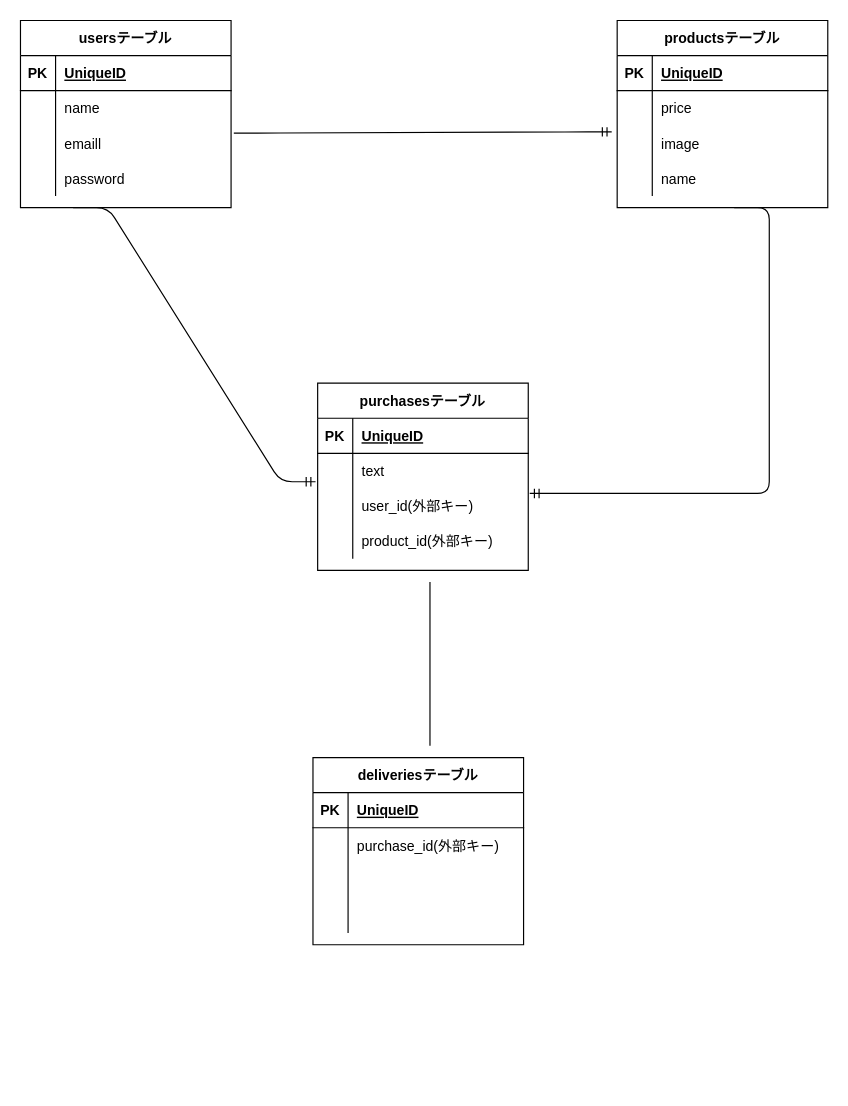
The draw.io diagram test.dio in nanami-deep/furima-34361, before the edit. Source tidied: cells renumbered, new cells numbered last; positions are measured from the earlier drawing's top-left corner, leaving out a move shared by most shapes. Both pictures are drawn from the tidied source at 117%, with x=0, y=0 at pixel (20, 20).
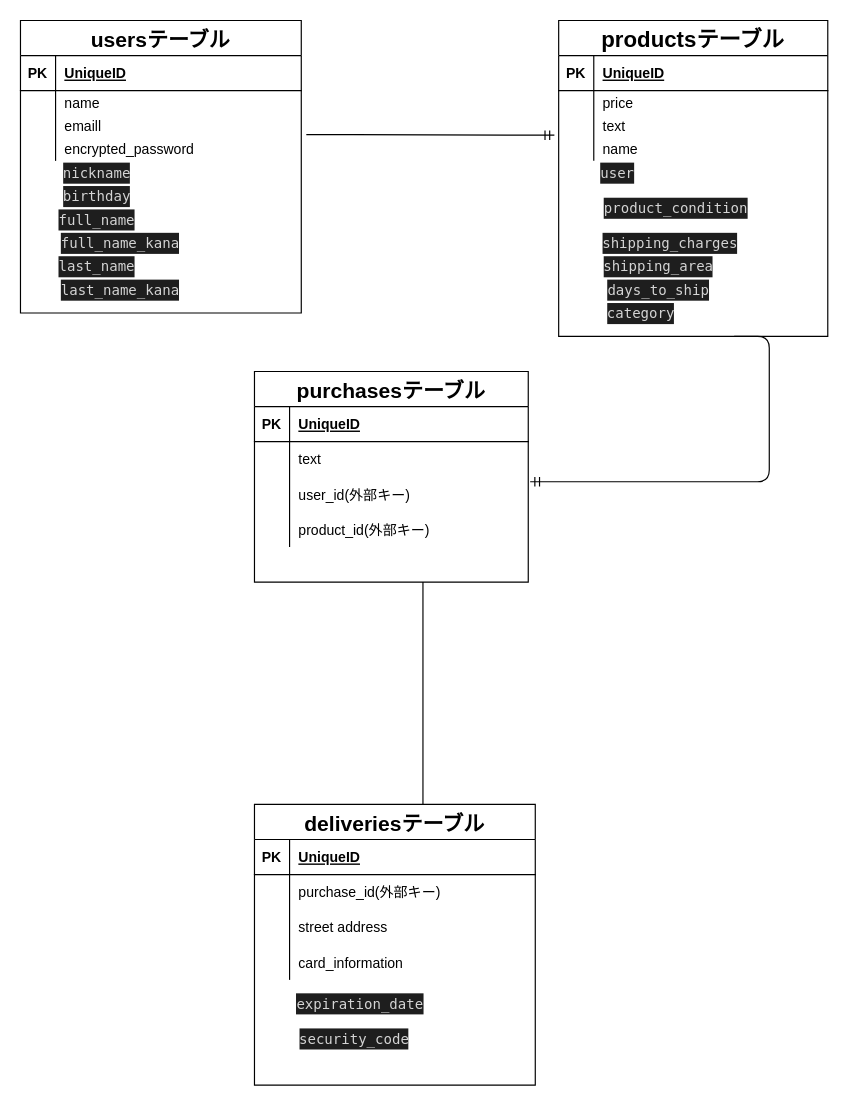
The same page after the edit.

Commit message (it also covers changes not shown here):
デーベース設計の修正③

What changed in the source:
```diff
@@
-    <mxCell id="2" value="usersテーブル" style="shape=table;startSize=30;childLayout=tableLayout;rowLines=0;fontStyle=1;align=center;" parent="1" vertex="1">
-      <mxGeometry width="180" height="160" as="geometry" />
+    <mxCell id="2" value="usersテーブル" style="shape=table;startSize=30;childLayout=tableLayout;rowLines=0;fontStyle=1;align=center;fontSize=18;" parent="1" vertex="1">
+      <mxGeometry width="240" height="250" as="geometry" />
     </mxCell>
     <mxCell id="3" style="shape=partialRectangle;fillColor=none;top=0;left=0;bottom=1;right=0;" parent="2" vertex="1">
-      <mxGeometry y="30" width="180" height="30" as="geometry" />
+      <mxGeometry y="30" width="240" height="30" as="geometry" />
     </mxCell>
@@
     <mxCell id="5" value="UniqueID" style="shape=partialRectangle;fillColor=none;top=0;left=0;bottom=0;right=0;align=left;spacingLeft=6;fontStyle=5;overflow=hidden;" parent="3" vertex="1">
-      <mxGeometry x="30" width="150" height="30" as="geometry" />
+      <mxGeometry x="30" width="210" height="30" as="geometry" />
     </mxCell>
     <mxCell id="6" style="shape=partialRectangle;fillColor=none;top=0;left=0;bottom=0;right=0;" parent="2" vertex="1">
-      <mxGeometry y="60" width="180" height="30" as="geometry" />
+      <mxGeometry y="60" width="240" height="20" as="geometry" />
     </mxCell>
     <mxCell id="7" style="shape=partialRectangle;fillColor=none;top=0;left=0;bottom=0;right=0;overflow=hidden;" parent="6" vertex="1">
-      <mxGeometry width="30" height="30" as="geometry" />
+      <mxGeometry width="30" height="20" as="geometry" />
     </mxCell>
     <mxCell id="8" value="name" style="shape=partialRectangle;fillColor=none;top=0;left=0;bottom=0;right=0;align=left;spacingLeft=6;overflow=hidden;" parent="6" vertex="1">
-      <mxGeometry x="30" width="150" height="30" as="geometry" />
+      <mxGeometry x="30" width="210" height="20" as="geometry" />
     </mxCell>
     <mxCell id="9" style="shape=partialRectangle;fillColor=none;top=0;left=0;bottom=0;right=0;points=[[0,0.5],[1,0.5]];portConstraint=eastwest;" parent="2" vertex="1">
-      <mxGeometry y="90" width="180" height="30" as="geometry" />
+      <mxGeometry y="80" width="240" height="20" as="geometry" />
     </mxCell>
     <mxCell id="10" style="shape=partialRectangle;fillColor=none;top=0;left=0;bottom=0;right=0;overflow=hidden;" parent="9" vertex="1">
-      <mxGeometry width="30" height="30" as="geometry" />
+      <mxGeometry width="30" height="20" as="geometry" />
     </mxCell>
     <mxCell id="11" value="emaill" style="shape=partialRectangle;fillColor=none;top=0;left=0;bottom=0;right=0;align=left;spacingLeft=6;overflow=hidden;" parent="9" vertex="1">
-      <mxGeometry x="30" width="150" height="30" as="geometry" />
+      <mxGeometry x="30" width="210" height="20" as="geometry" />
     </mxCell>
     <mxCell id="12" style="shape=partialRectangle;fillColor=none;top=0;left=0;bottom=0;right=0;" parent="2" vertex="1">
-      <mxGeometry y="120" width="180" height="30" as="geometry" />
+      <mxGeometry y="100" width="240" height="20" as="geometry" />
     </mxCell>
     <mxCell id="13" style="shape=partialRectangle;fillColor=none;top=0;left=0;bottom=0;right=0;overflow=hidden;" parent="12" vertex="1">
-      <mxGeometry width="30" height="30" as="geometry" />
+      <mxGeometry width="30" height="20" as="geometry" />
     </mxCell>
-    <mxCell id="14" value="password" style="shape=partialRectangle;fillColor=none;top=0;left=0;bottom=0;right=0;align=left;spacingLeft=6;overflow=hidden;" parent="12" vertex="1">
-      <mxGeometry x="30" width="150" height="30" as="geometry" />
+    <mxCell id="14" value="encrypted_password" style="shape=partialRectangle;fillColor=none;top=0;left=0;bottom=0;right=0;align=left;spacingLeft=6;overflow=hidden;" parent="12" vertex="1">
+      <mxGeometry x="30" width="210" height="20" as="geometry" />
     </mxCell>
-    <mxCell id="15" value="productsテーブル" style="shape=table;startSize=30;childLayout=tableLayout;rowLines=0;fontStyle=1;align=center;" parent="1" vertex="1">
-      <mxGeometry x="510" width="180" height="160" as="geometry" />
+    <mxCell id="15" value="productsテーブル" style="shape=table;startSize=30;childLayout=tableLayout;rowLines=0;fontStyle=1;align=center;fontSize=19;" parent="1" vertex="1">
+      <mxGeometry x="460" width="230" height="270" as="geometry" />
     </mxCell>
     <mxCell id="16" style="shape=partialRectangle;fillColor=none;top=0;left=0;bottom=1;right=0;" parent="15" vertex="1">
-      <mxGeometry y="30" width="180" height="30" as="geometry" />
+      <mxGeometry y="30" width="230" height="30" as="geometry" />
     </mxCell>
@@
     <mxCell id="18" value="UniqueID" style="shape=partialRectangle;fillColor=none;top=0;left=0;bottom=0;right=0;align=left;spacingLeft=6;fontStyle=5;overflow=hidden;" parent="16" vertex="1">
-      <mxGeometry x="30" width="150" height="30" as="geometry" />
+      <mxGeometry x="30" width="200" height="30" as="geometry" />
     </mxCell>
     <mxCell id="19" style="shape=partialRectangle;fillColor=none;top=0;left=0;bottom=0;right=0;" parent="15" vertex="1">
-      <mxGeometry y="60" width="180" height="30" as="geometry" />
+      <mxGeometry y="60" width="230" height="20" as="geometry" />
     </mxCell>
     <mxCell id="20" style="shape=partialRectangle;fillColor=none;top=0;left=0;bottom=0;right=0;overflow=hidden;" parent="19" vertex="1">
-      <mxGeometry width="30" height="30" as="geometry" />
+      <mxGeometry width="30" height="20" as="geometry" />
     </mxCell>
     <mxCell id="21" value="price" style="shape=partialRectangle;fillColor=none;top=0;left=0;bottom=0;right=0;align=left;spacingLeft=6;overflow=hidden;" parent="19" vertex="1">
-      <mxGeometry x="30" width="150" height="30" as="geometry" />
+      <mxGeometry x="30" width="200" height="20" as="geometry" />
     </mxCell>
     <mxCell id="22" style="shape=partialRectangle;fillColor=none;top=0;left=0;bottom=0;right=0;points=[[0,0.5],[1,0.5]];portConstraint=eastwest;" parent="15" vertex="1">
-      <mxGeometry y="90" width="180" height="30" as="geometry" />
+      <mxGeometry y="80" width="230" height="20" as="geometry" />
     </mxCell>
     <mxCell id="23" style="shape=partialRectangle;fillColor=none;top=0;left=0;bottom=0;right=0;overflow=hidden;" parent="22" vertex="1">
-      <mxGeometry width="30" height="30" as="geometry" />
+      <mxGeometry width="30" height="20" as="geometry" />
     </mxCell>
-    <mxCell id="24" value="image" style="shape=partialRectangle;fillColor=none;top=0;left=0;bottom=0;right=0;align=left;spacingLeft=6;overflow=hidden;" parent="22" vertex="1">
-      <mxGeometry x="30" width="150" height="30" as="geometry" />
+    <mxCell id="24" value="text" style="shape=partialRectangle;fillColor=none;top=0;left=0;bottom=0;right=0;align=left;spacingLeft=6;overflow=hidden;" parent="22" vertex="1">
+      <mxGeometry x="30" width="200" height="20" as="geometry" />
     </mxCell>
     <mxCell id="25" style="shape=partialRectangle;fillColor=none;top=0;left=0;bottom=0;right=0;" parent="15" vertex="1">
-      <mxGeometry y="120" width="180" height="30" as="geometry" />
+      <mxGeometry y="100" width="230" height="20" as="geometry" />
     </mxCell>
     <mxCell id="26" style="shape=partialRectangle;fillColor=none;top=0;left=0;bottom=0;right=0;overflow=hidden;" parent="25" vertex="1">
-      <mxGeometry width="30" height="30" as="geometry" />
+      <mxGeometry width="30" height="20" as="geometry" />
     </mxCell>
     <mxCell id="27" value="name" style="shape=partialRectangle;fillColor=none;top=0;left=0;bottom=0;right=0;align=left;spacingLeft=6;overflow=hidden;" parent="25" vertex="1">
-      <mxGeometry x="30" width="150" height="30" as="geometry" />
+      <mxGeometry x="30" width="200" height="20" as="geometry" />
     </mxCell>
-    <mxCell id="28" value="purchasesテーブル" style="shape=table;startSize=30;childLayout=tableLayout;rowLines=0;fontStyle=1;align=center;" parent="1" vertex="1">
-      <mxGeometry x="254" y="310" width="180" height="160" as="geometry" />
+    <mxCell id="28" value="purchasesテーブル" style="shape=table;startSize=30;childLayout=tableLayout;rowLines=0;fontStyle=1;align=center;fontSize=18;" parent="1" vertex="1">
+      <mxGeometry x="200" y="300" width="234" height="180" as="geometry" />
     </mxCell>
     <mxCell id="29" style="shape=partialRectangle;fillColor=none;top=0;left=0;bottom=1;right=0;" parent="28" vertex="1">
-      <mxGeometry y="30" width="180" height="30" as="geometry" />
+      <mxGeometry y="30" width="234" height="30" as="geometry" />
     </mxCell>
@@
     <mxCell id="31" value="UniqueID" style="shape=partialRectangle;fillColor=none;top=0;left=0;bottom=0;right=0;align=left;spacingLeft=6;fontStyle=5;overflow=hidden;" parent="29" vertex="1">
-      <mxGeometry x="30" width="150" height="30" as="geometry" />
+      <mxGeometry x="30" width="204" height="30" as="geometry" />
     </mxCell>
     <mxCell id="32" style="shape=partialRectangle;fillColor=none;top=0;left=0;bottom=0;right=0;" parent="28" vertex="1">
-      <mxGeometry y="60" width="180" height="30" as="geometry" />
+      <mxGeometry y="60" width="234" height="30" as="geometry" />
     </mxCell>
@@
     <mxCell id="34" value="text" style="shape=partialRectangle;fillColor=none;top=0;left=0;bottom=0;right=0;align=left;spacingLeft=6;overflow=hidden;" parent="32" vertex="1">
-      <mxGeometry x="30" width="150" height="30" as="geometry" />
+      <mxGeometry x="30" width="204" height="30" as="geometry" />
     </mxCell>
     <mxCell id="35" style="shape=partialRectangle;fillColor=none;top=0;left=0;bottom=0;right=0;points=[[0,0.5],[1,0.5]];portConstraint=eastwest;" parent="28" vertex="1">
-      <mxGeometry y="90" width="180" height="30" as="geometry" />
+      <mxGeometry y="90" width="234" height="30" as="geometry" />
     </mxCell>
@@
     <mxCell id="37" value="user_id(外部キー)" style="shape=partialRectangle;fillColor=none;top=0;left=0;bottom=0;right=0;align=left;spacingLeft=6;overflow=hidden;" parent="35" vertex="1">
-      <mxGeometry x="30" width="150" height="30" as="geometry" />
+      <mxGeometry x="30" width="204" height="30" as="geometry" />
     </mxCell>
     <mxCell id="38" style="shape=partialRectangle;fillColor=none;top=0;left=0;bottom=0;right=0;" parent="28" vertex="1">
-      <mxGeometry y="120" width="180" height="30" as="geometry" />
+      <mxGeometry y="120" width="234" height="30" as="geometry" />
     </mxCell>
@@
     <mxCell id="40" value="product_id(外部キー)" style="shape=partialRectangle;fillColor=none;top=0;left=0;bottom=0;right=0;align=left;spacingLeft=6;overflow=hidden;" parent="38" vertex="1">
-      <mxGeometry x="30" width="150" height="30" as="geometry" />
+      <mxGeometry x="30" width="204" height="30" as="geometry" />
     </mxCell>
-    <mxCell id="41" value="deliveriesテーブル" style="shape=table;startSize=30;childLayout=tableLayout;rowLines=0;fontStyle=1;align=center;" parent="1" vertex="1">
-      <mxGeometry x="250" y="630" width="180" height="160" as="geometry" />
+    <mxCell id="41" value="deliveriesテーブル" style="shape=table;startSize=30;childLayout=tableLayout;rowLines=0;fontStyle=1;align=center;fontSize=18;" parent="1" vertex="1">
+      <mxGeometry x="200" y="670" width="240" height="240" as="geometry" />
     </mxCell>
     <mxCell id="42" style="shape=partialRectangle;fillColor=none;top=0;left=0;bottom=1;right=0;" parent="41" vertex="1">
-      <mxGeometry y="30" width="180" height="30" as="geometry" />
+      <mxGeometry y="30" width="240" height="30" as="geometry" />
     </mxCell>
@@
     <mxCell id="44" value="UniqueID" style="shape=partialRectangle;fillColor=none;top=0;left=0;bottom=0;right=0;align=left;spacingLeft=6;fontStyle=5;overflow=hidden;" parent="42" vertex="1">
-      <mxGeometry x="30" width="150" height="30" as="geometry" />
+      <mxGeometry x="30" width="210" height="30" as="geometry" />
     </mxCell>
     <mxCell id="45" style="shape=partialRectangle;fillColor=none;top=0;left=0;bottom=0;right=0;" parent="41" vertex="1">
-      <mxGeometry y="60" width="180" height="30" as="geometry" />
+      <mxGeometry y="60" width="240" height="30" as="geometry" />
     </mxCell>
@@
     <mxCell id="47" value="purchase_id(外部キー)" style="shape=partialRectangle;fillColor=none;top=0;left=0;bottom=0;right=0;align=left;spacingLeft=6;overflow=hidden;" parent="45" vertex="1">
-      <mxGeometry x="30" width="150" height="30" as="geometry" />
+      <mxGeometry x="30" width="210" height="30" as="geometry" />
     </mxCell>
     <mxCell id="48" style="shape=partialRectangle;fillColor=none;top=0;left=0;bottom=0;right=0;" parent="41" vertex="1">
-      <mxGeometry y="90" width="180" height="30" as="geometry" />
+      <mxGeometry y="90" width="240" height="30" as="geometry" />
     </mxCell>
@@
-    <mxCell id="50" style="shape=partialRectangle;fillColor=none;top=0;left=0;bottom=0;right=0;align=left;spacingLeft=6;overflow=hidden;" parent="48" vertex="1">
-      <mxGeometry x="30" width="150" height="30" as="geometry" />
+    <mxCell id="50" value="street address " style="shape=partialRectangle;fillColor=none;top=0;left=0;bottom=0;right=0;align=left;spacingLeft=6;overflow=hidden;" parent="48" vertex="1">
+      <mxGeometry x="30" width="210" height="30" as="geometry" />
     </mxCell>
     <mxCell id="51" style="shape=partialRectangle;fillColor=none;top=0;left=0;bottom=0;right=0;" parent="41" vertex="1">
-      <mxGeometry y="120" width="180" height="30" as="geometry" />
+      <mxGeometry y="120" width="240" height="30" as="geometry" />
     </mxCell>
@@
-    <mxCell id="53" style="shape=partialRectangle;fillColor=none;top=0;left=0;bottom=0;right=0;align=left;spacingLeft=6;overflow=hidden;" parent="51" vertex="1">
-      <mxGeometry x="30" width="150" height="30" as="geometry" />
+    <mxCell id="53" value="card_information " style="shape=partialRectangle;fillColor=none;top=0;left=0;bottom=0;right=0;align=left;spacingLeft=6;overflow=hidden;" parent="51" vertex="1">
+      <mxGeometry x="30" width="210" height="30" as="geometry" />
     </mxCell>
-    <mxCell id="54" style="edgeStyle=entityRelationEdgeStyle;fontSize=12;html=1;endArrow=ERmandOne;entryX=-0.01;entryY=-0.192;entryDx=0;entryDy=0;entryPerimeter=0;exitX=0.25;exitY=1;exitDx=0;exitDy=0;" parent="1" edge="1" source="2" target="35">
-      <mxGeometry relative="1" as="geometry" />
-    </mxCell>
-    <mxCell id="55" style="edgeStyle=entityRelationEdgeStyle;fontSize=12;html=1;endArrow=ERmandOne;exitX=1.013;exitY=0.208;exitDx=0;exitDy=0;exitPerimeter=0;entryX=-0.026;entryY=0.175;entryDx=0;entryDy=0;entryPerimeter=0;" parent="1" edge="1" source="9" target="22">
+    <mxCell id="55" style="edgeStyle=entityRelationEdgeStyle;fontSize=12;html=1;endArrow=ERmandOne;exitX=1.018;exitY=0.875;exitDx=0;exitDy=0;exitPerimeter=0;entryX=-0.016;entryY=0.903;entryDx=0;entryDy=0;entryPerimeter=0;" parent="1" edge="1" source="9" target="22">
       <mxGeometry relative="1" as="geometry" />
     </mxCell>
     <mxCell id="56" style="edgeStyle=entityRelationEdgeStyle;fontSize=12;html=1;endArrow=ERmandOne;entryX=1.007;entryY=0.142;entryDx=0;entryDy=0;entryPerimeter=0;" parent="1" edge="1" target="35">
       <mxGeometry relative="1" as="geometry">
-        <mxPoint x="610" y="160" as="sourcePoint" />
+        <mxPoint x="610" y="270" as="sourcePoint" />
       </mxGeometry>
     </mxCell>
     <mxCell id="57" style="endArrow=none;html=1;" parent="1" edge="1">
       <mxGeometry relative="1" as="geometry">
-        <mxPoint x="350" y="620" as="sourcePoint" />
-        <mxPoint x="350" y="480" as="targetPoint" />
+        <mxPoint x="344" y="670" as="sourcePoint" />
+        <mxPoint x="344" y="480" as="targetPoint" />
       </mxGeometry>
     </mxCell>
+    <mxCell id="58" value="&lt;div style=&quot;color: rgb(212 , 212 , 212) ; background-color: rgb(30 , 30 , 30) ; font-family: &amp;#34;menlo&amp;#34; , &amp;#34;monaco&amp;#34; , &amp;#34;courier new&amp;#34; , monospace ; font-size: 12px ; line-height: 18px&quot;&gt;nickname&lt;/div&gt;" style="text;html=1;align=center;verticalAlign=middle;fontSize=18;" parent="1" vertex="1">
+      <mxGeometry x="30" y="120" width="70" height="20" as="geometry" />
+    </mxCell>
+    <mxCell id="59" value="&lt;div style=&quot;color: rgb(212, 212, 212); background-color: rgb(30, 30, 30); font-family: menlo, monaco, &amp;quot;courier new&amp;quot;, monospace; font-weight: normal; font-size: 12px; line-height: 18px;&quot;&gt;&lt;div&gt;&lt;span style=&quot;color: #d4d4d4&quot;&gt;birthday &lt;/span&gt;&lt;/div&gt;&lt;/div&gt;" style="text;html=1;align=center;verticalAlign=middle;fontSize=18;" parent="1" vertex="1">
+      <mxGeometry x="30" y="140" width="70" height="20" as="geometry" />
+    </mxCell>
+    <mxCell id="60" value="&lt;div style=&quot;color: rgb(212, 212, 212); background-color: rgb(30, 30, 30); font-family: menlo, monaco, &amp;quot;courier new&amp;quot;, monospace; font-weight: normal; font-size: 12px; line-height: 18px;&quot;&gt;&lt;div&gt;&lt;span style=&quot;color: #d4d4d4&quot;&gt;full_name &lt;/span&gt;&lt;/div&gt;&lt;/div&gt;" style="text;html=1;align=center;verticalAlign=middle;fontSize=18;" parent="1" vertex="1">
+      <mxGeometry x="25" y="160" width="80" height="20" as="geometry" />
+    </mxCell>
+    <mxCell id="61" value="&lt;div style=&quot;color: rgb(212, 212, 212); background-color: rgb(30, 30, 30); font-family: menlo, monaco, &amp;quot;courier new&amp;quot;, monospace; font-weight: normal; font-size: 12px; line-height: 18px;&quot;&gt;&lt;div&gt;&lt;span style=&quot;color: #d4d4d4&quot;&gt;full_name_kana &lt;/span&gt;&lt;/div&gt;&lt;/div&gt;" style="text;html=1;align=center;verticalAlign=middle;fontSize=18;" parent="1" vertex="1">
+      <mxGeometry x="25" y="180" width="120" height="20" as="geometry" />
+    </mxCell>
+    <mxCell id="62" value="&lt;div style=&quot;color: rgb(212, 212, 212); background-color: rgb(30, 30, 30); font-family: menlo, monaco, &amp;quot;courier new&amp;quot;, monospace; font-weight: normal; font-size: 12px; line-height: 18px;&quot;&gt;&lt;div&gt;&lt;span style=&quot;color: #d4d4d4&quot;&gt;last_name &lt;/span&gt;&lt;/div&gt;&lt;/div&gt;" style="text;html=1;align=center;verticalAlign=middle;fontSize=18;" parent="1" vertex="1">
+      <mxGeometry x="25" y="200" width="80" height="20" as="geometry" />
+    </mxCell>
+    <mxCell id="63" value="&lt;div style=&quot;color: rgb(212, 212, 212); background-color: rgb(30, 30, 30); font-family: menlo, monaco, &amp;quot;courier new&amp;quot;, monospace; font-weight: normal; font-size: 12px; line-height: 18px;&quot;&gt;&lt;div&gt;&lt;span style=&quot;color: #d4d4d4&quot;&gt;last_name_kana&lt;/span&gt;&lt;/div&gt;&lt;/div&gt;" style="text;html=1;align=center;verticalAlign=middle;fontSize=18;" parent="1" vertex="1">
+      <mxGeometry x="25" y="220" width="120" height="20" as="geometry" />
+    </mxCell>
+    <mxCell id="64" value="&lt;div style=&quot;color: rgb(212 , 212 , 212) ; background-color: rgb(30 , 30 , 30) ; font-family: &amp;#34;menlo&amp;#34; , &amp;#34;monaco&amp;#34; , &amp;#34;courier new&amp;#34; , monospace ; font-size: 12px ; line-height: 18px&quot;&gt;user &lt;/div&gt;" style="text;html=1;align=center;verticalAlign=middle;fontSize=18;" parent="1" vertex="1">
+      <mxGeometry x="490" y="120" width="40" height="20" as="geometry" />
+    </mxCell>
+    <mxCell id="65" value="&lt;div style=&quot;color: rgb(212 , 212 , 212) ; background-color: rgb(30 , 30 , 30) ; font-family: &amp;#34;menlo&amp;#34; , &amp;#34;monaco&amp;#34; , &amp;#34;courier new&amp;#34; , monospace ; font-size: 12px ; line-height: 18px&quot;&gt;product_condition&lt;/div&gt;" style="text;html=1;align=center;verticalAlign=middle;fontSize=18;" parent="1" vertex="1">
+      <mxGeometry x="490" y="150" width="140" height="20" as="geometry" />
+    </mxCell>
+    <mxCell id="66" value="&lt;div style=&quot;color: rgb(212 , 212 , 212) ; background-color: rgb(30 , 30 , 30) ; font-family: &amp;#34;menlo&amp;#34; , &amp;#34;monaco&amp;#34; , &amp;#34;courier new&amp;#34; , monospace ; font-size: 12px ; line-height: 18px&quot;&gt;shipping_charges &lt;/div&gt;" style="text;html=1;align=center;verticalAlign=middle;fontSize=18;" parent="1" vertex="1">
+      <mxGeometry x="490" y="180" width="130" height="20" as="geometry" />
+    </mxCell>
+    <mxCell id="67" value="&lt;div style=&quot;color: rgb(212 , 212 , 212) ; background-color: rgb(30 , 30 , 30) ; font-family: &amp;#34;menlo&amp;#34; , &amp;#34;monaco&amp;#34; , &amp;#34;courier new&amp;#34; , monospace ; font-size: 12px ; line-height: 18px&quot;&gt;shipping_area &lt;/div&gt;" style="text;html=1;align=center;verticalAlign=middle;fontSize=18;" parent="1" vertex="1">
+      <mxGeometry x="490" y="200" width="110" height="20" as="geometry" />
+    </mxCell>
+    <mxCell id="68" value="&lt;div style=&quot;color: rgb(212 , 212 , 212) ; background-color: rgb(30 , 30 , 30) ; font-family: &amp;#34;menlo&amp;#34; , &amp;#34;monaco&amp;#34; , &amp;#34;courier new&amp;#34; , monospace ; font-size: 12px ; line-height: 18px&quot;&gt;days_to_ship &lt;/div&gt;" style="text;html=1;align=center;verticalAlign=middle;fontSize=18;" parent="1" vertex="1">
+      <mxGeometry x="495" y="220" width="100" height="20" as="geometry" />
+    </mxCell>
+    <mxCell id="69" value="&lt;div style=&quot;color: rgb(212 , 212 , 212) ; background-color: rgb(30 , 30 , 30) ; font-family: &amp;#34;menlo&amp;#34; , &amp;#34;monaco&amp;#34; , &amp;#34;courier new&amp;#34; , monospace ; font-size: 12px ; line-height: 18px&quot;&gt;category &lt;/div&gt;" style="text;html=1;align=center;verticalAlign=middle;fontSize=18;" parent="1" vertex="1">
+      <mxGeometry x="495" y="240" width="70" height="20" as="geometry" />
+    </mxCell>
+    <mxCell id="70" value="&lt;div style=&quot;color: rgb(212 , 212 , 212) ; background-color: rgb(30 , 30 , 30) ; font-family: &amp;#34;menlo&amp;#34; , &amp;#34;monaco&amp;#34; , &amp;#34;courier new&amp;#34; , monospace ; font-size: 12px ; line-height: 18px&quot;&gt;expiration_date&lt;/div&gt;" style="text;html=1;align=center;verticalAlign=middle;fontSize=18;" parent="1" vertex="1">
+      <mxGeometry x="230" y="830" width="120" height="20" as="geometry" />
+    </mxCell>
+    <mxCell id="71" value="&lt;div style=&quot;color: rgb(212 , 212 , 212) ; background-color: rgb(30 , 30 , 30) ; font-family: &amp;#34;menlo&amp;#34; , &amp;#34;monaco&amp;#34; , &amp;#34;courier new&amp;#34; , monospace ; font-size: 12px ; line-height: 18px&quot;&gt;&lt;div style=&quot;line-height: 18px&quot;&gt;&lt;br&gt;&lt;/div&gt;&lt;/div&gt;" style="text;html=1;align=center;verticalAlign=middle;fontSize=18;" parent="1" vertex="1">
+      <mxGeometry x="260" y="860" width="20" height="20" as="geometry" />
+    </mxCell>
+    <mxCell id="72" value="&lt;div style=&quot;color: rgb(212 , 212 , 212) ; background-color: rgb(30 , 30 , 30) ; font-family: &amp;#34;menlo&amp;#34; , &amp;#34;monaco&amp;#34; , &amp;#34;courier new&amp;#34; , monospace ; font-size: 12px ; line-height: 18px&quot;&gt;&lt;div style=&quot;line-height: 18px&quot;&gt;&lt;div style=&quot;font-family: &amp;#34;menlo&amp;#34; , &amp;#34;monaco&amp;#34; , &amp;#34;courier new&amp;#34; , monospace ; line-height: 18px&quot;&gt;security_code&lt;/div&gt;&lt;/div&gt;&lt;/div&gt;" style="text;html=1;align=center;verticalAlign=middle;fontSize=18;" parent="1" vertex="1">
+      <mxGeometry x="230" y="860" width="110" height="20" as="geometry" />
+    </mxCell>
```
